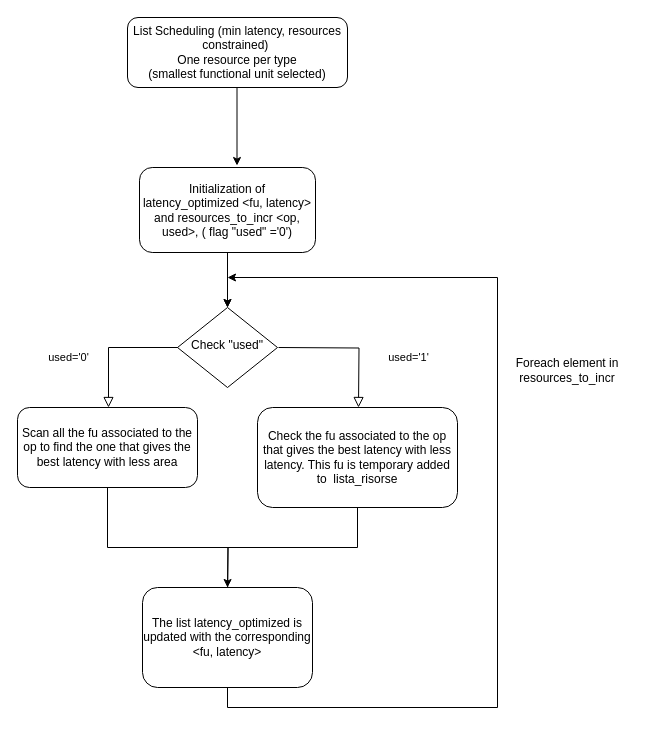
steno97/HLS keeps this draw.io diagram as Untitled Diagram.drawio. Above is the earlier version. Source tidied: cells renumbered, new cells numbered last; positions are measured from the earlier drawing's top-left corner, leaving out a move shared by most shapes. Both pictures are drawn from the tidied source at 100%, with x=0, y=0 at pixel (17, 17).
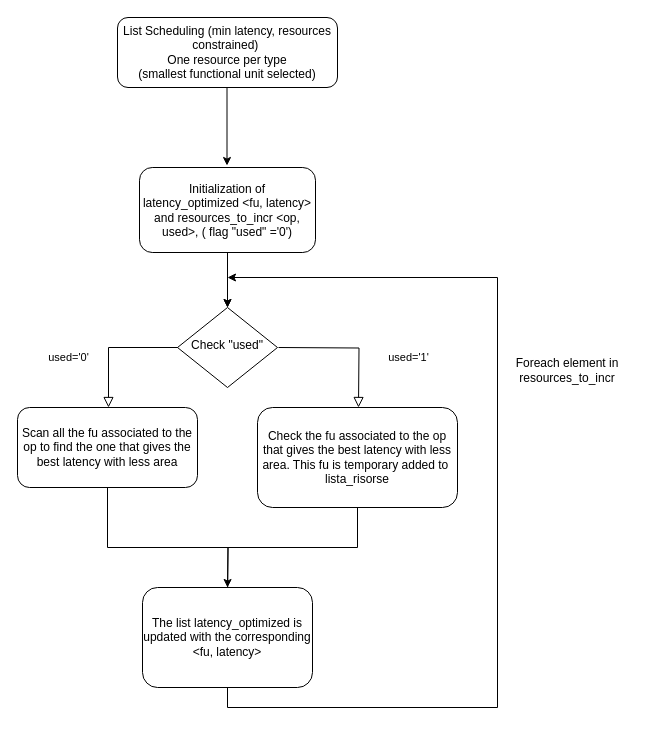
The same page after the edit.

What changed in the source:
```diff
@@
     <mxCell id="2" value="List Scheduling (min latency, resources constrained)&amp;nbsp;&lt;br&gt;One resource per type &lt;br&gt;(smallest functional unit selected)" style="rounded=1;whiteSpace=wrap;html=1;fontSize=12;glass=0;strokeWidth=1;shadow=0;" parent="1" vertex="1">
-      <mxGeometry x="110" width="220" height="70" as="geometry" />
+      <mxGeometry x="100" width="220" height="70" as="geometry" />
     </mxCell>
@@
     <mxCell id="8" style="endArrow=classic;html=1;" parent="1" edge="1">
       <mxGeometry relative="1" as="geometry">
-        <mxPoint x="219.5" y="70" as="sourcePoint" />
-        <mxPoint x="219.5" y="148" as="targetPoint" />
+        <mxPoint x="209.5" y="70" as="sourcePoint" />
+        <mxPoint x="209.5" y="148" as="targetPoint" />
       </mxGeometry>
     </mxCell>
@@
-    <mxCell id="15" value="Check the fu associated to the op that gives the best latency with less latency. This fu is temporary added to&amp;nbsp; lista_risorse" style="rounded=1;whiteSpace=wrap;html=1;" parent="1" vertex="1">
+    <mxCell id="15" value="Check the fu associated to the op that gives the best latency with less area. This fu is temporary added to&amp;nbsp; lista_risorse" style="rounded=1;whiteSpace=wrap;html=1;" parent="1" vertex="1">
       <mxGeometry x="240" y="390" width="200" height="100" as="geometry" />
     </mxCell>
```
